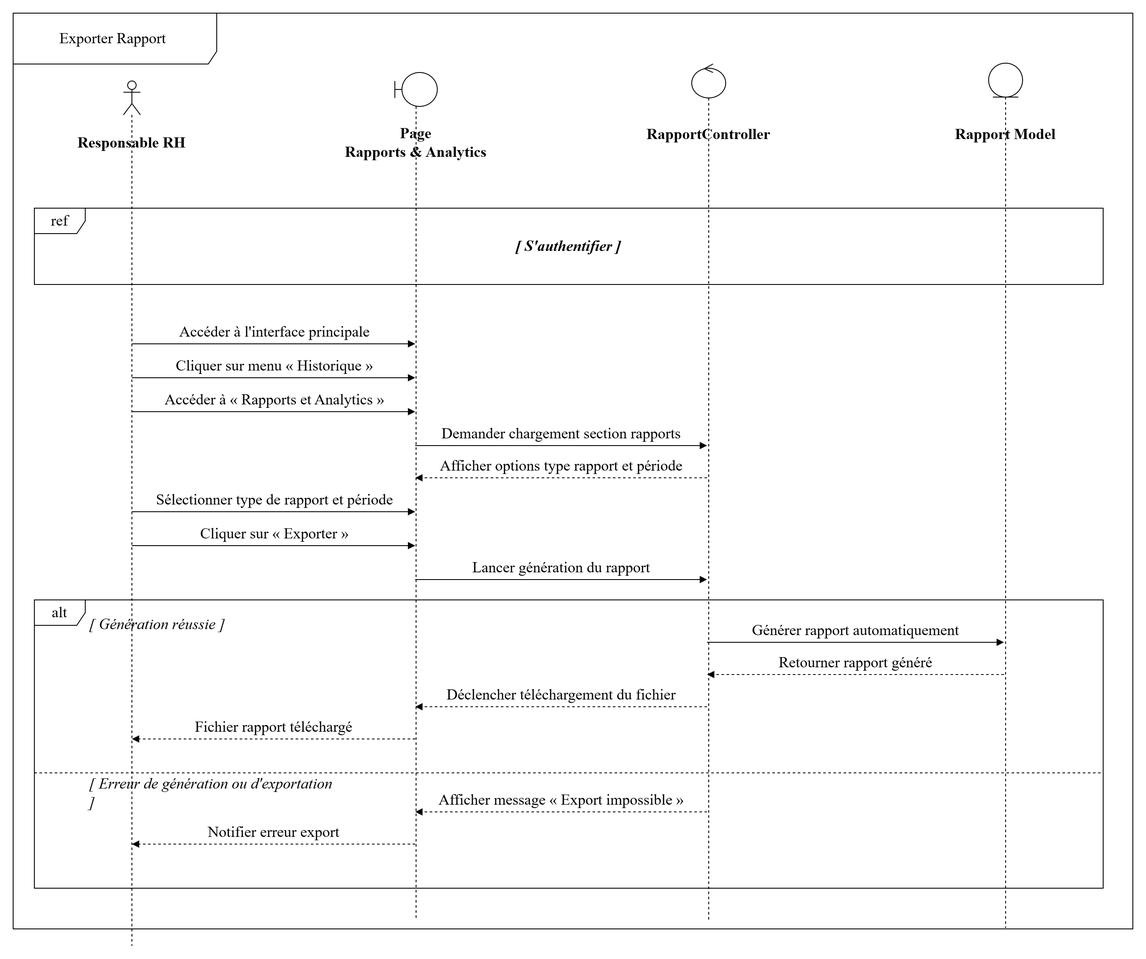
Before: projet/images/sequence s4/exporte.drawio.png, a diagram exported from draw.io (louu7895/pfe). Source tidied: cells renumbered, new cells last; positions are measured from the earlier drawing's top-left corner, leaving out a move shared by most shapes.
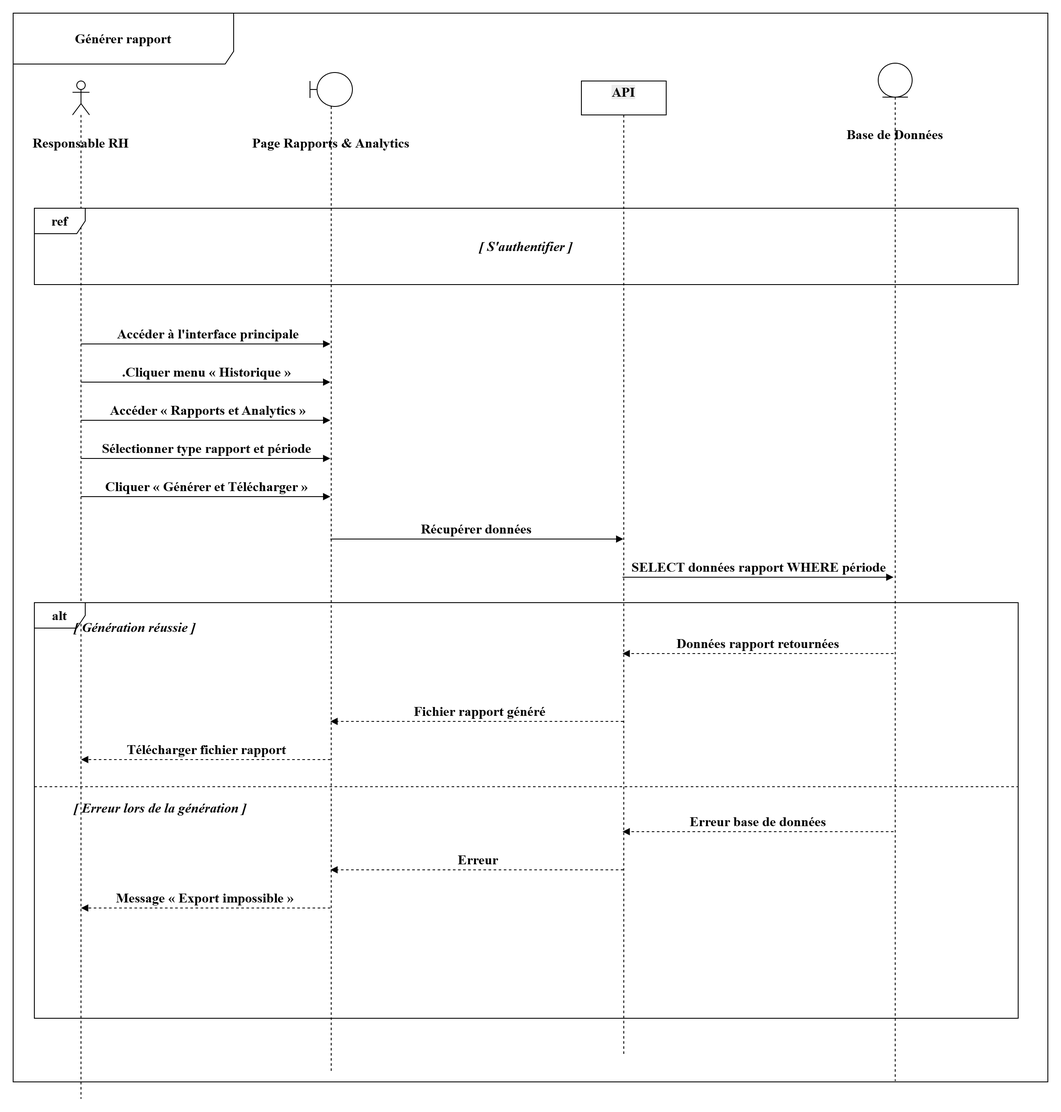
The same file after the commit.

What changed in the source:
```diff
@@ -2,134 +2,125 @@
   <root>
     <mxCell id="0" />
     <mxCell id="1" parent="0" />
-    <mxCell id="2" style="shape=umlLifeline;perimeter=lifelinePerimeter;whiteSpace=wrap;html=1;newEdgeStyle={&quot;curved&quot;:0,&quot;rounded&quot;:0};participant=umlActor;fontSize=18;fontFamily=Times New Roman;" parent="1" vertex="1">
-      <mxGeometry x="130" y="80" width="20" height="1020" as="geometry" />
+    <mxCell id="2" style="shape=umlLifeline;perimeter=lifelinePerimeter;whiteSpace=wrap;html=1;participant=umlActor;fontSize=16;fontFamily=Times New Roman;fontStyle=1;" parent="1" vertex="1">
+      <mxGeometry x="50" y="80" width="20" height="1200" as="geometry" />
     </mxCell>
-    <mxCell id="3" style="shape=umlLifeline;perimeter=lifelinePerimeter;whiteSpace=wrap;html=1;newEdgeStyle={&quot;curved&quot;:0,&quot;rounded&quot;:0};participant=umlBoundary;fontSize=18;fontFamily=Times New Roman;" parent="1" vertex="1">
-      <mxGeometry x="450" y="70" width="50" height="1000" as="geometry" />
+    <mxCell id="3" style="shape=umlLifeline;perimeter=lifelinePerimeter;whiteSpace=wrap;html=1;participant=umlBoundary;fontSize=16;fontFamily=Times New Roman;fontStyle=1;" parent="1" vertex="1">
+      <mxGeometry x="330" y="70" width="50" height="1180" as="geometry" />
     </mxCell>
-    <mxCell id="4" style="shape=umlLifeline;perimeter=lifelinePerimeter;whiteSpace=wrap;html=1;newEdgeStyle={&quot;curved&quot;:0,&quot;rounded&quot;:0};participant=umlControl;fontSize=18;fontFamily=Times New Roman;" parent="1" vertex="1">
-      <mxGeometry x="800" y="60" width="40" height="1010" as="geometry" />
-    </mxCell>
-    <mxCell id="5" style="shape=umlLifeline;perimeter=lifelinePerimeter;whiteSpace=wrap;html=1;newEdgeStyle={&quot;curved&quot;:0,&quot;rounded&quot;:0};participant=umlEntity;fontSize=18;fontFamily=Times New Roman;" parent="1" vertex="1">
-      <mxGeometry x="1150" y="59" width="40" height="1020" as="geometry" />
-    </mxCell>
+    <mxCell id="31" style="shape=umlLifeline;perimeter=lifelinePerimeter;whiteSpace=wrap;html=1;participant=umlEntity;fontSize=16;fontFamily=Times New Roman;fontStyle=1;" parent="1" vertex="1">
+      <mxGeometry x="1000" y="59" width="40" height="1200" as="geometry" />
+    </mxCell>
-    <mxCell id="6" value="Responsable RH" style="text;html=1;whiteSpace=wrap;strokeColor=none;fillColor=none;align=center;verticalAlign=middle;rounded=0;fontSize=18;fontStyle=1;fontFamily=Times New Roman;" parent="1" vertex="1">
-      <mxGeometry x="60" y="140" width="160" height="25" as="geometry" />
+    <mxCell id="6" value="Responsable RH" style="text;html=1;whiteSpace=wrap;strokeColor=none;fillColor=none;align=center;verticalAlign=middle;rounded=0;fontSize=16;fontStyle=1;fontFamily=Times New Roman;" parent="1" vertex="1">
+      <mxGeometry x="-20" y="140" width="160" height="25" as="geometry" />
     </mxCell>
-    <mxCell id="7" value="Page&lt;div&gt;Rapports &amp; Analytics&lt;/div&gt;" style="text;html=1;whiteSpace=wrap;strokeColor=none;fillColor=none;align=center;verticalAlign=middle;rounded=0;fontSize=18;fontStyle=1;fontFamily=Times New Roman;" parent="1" vertex="1">
-      <mxGeometry x="375" y="140" width="200" height="25" as="geometry" />
+    <mxCell id="7" value="Page Rapports &amp; Analytics" style="text;html=1;whiteSpace=wrap;strokeColor=none;fillColor=none;align=center;verticalAlign=middle;rounded=0;fontSize=16;fontStyle=1;fontFamily=Times New Roman;" parent="1" vertex="1">
+      <mxGeometry x="235" y="140" width="240" height="25" as="geometry" />
     </mxCell>
-    <mxCell id="8" value="RapportController" style="text;html=1;whiteSpace=wrap;strokeColor=none;fillColor=none;align=center;verticalAlign=middle;rounded=0;fontSize=18;fontStyle=1;fontFamily=Times New Roman;" parent="1" vertex="1">
-      <mxGeometry x="735" y="130" width="170" height="25" as="geometry" />
-    </mxCell>
-    <mxCell id="9" value="Rapport Model" style="text;html=1;whiteSpace=wrap;strokeColor=none;fillColor=none;align=center;verticalAlign=middle;rounded=0;fontSize=18;fontStyle=1;fontFamily=Times New Roman;" parent="1" vertex="1">
-      <mxGeometry x="1100" y="130" width="140" height="25" as="geometry" />
-    </mxCell>
+    <mxCell id="32" value="Base de Données" style="text;html=1;whiteSpace=wrap;strokeColor=none;fillColor=none;align=center;verticalAlign=middle;rounded=0;fontSize=16;fontStyle=1;fontFamily=Times New Roman;" parent="1" vertex="1">
+      <mxGeometry x="935" y="130" width="170" height="25" as="geometry" />
+    </mxCell>
-    <mxCell id="10" value="Exporter Rapport&amp;nbsp;" style="shape=umlFrame;whiteSpace=wrap;html=1;width=240;height=60;fontSize=18;fontFamily=Times New Roman;" parent="1" vertex="1">
-      <mxGeometry width="1320" height="1080" as="geometry" />
+    <mxCell id="10" value="Générer rapport" style="shape=umlFrame;whiteSpace=wrap;html=1;width=260;height=60;fontSize=16;fontFamily=Times New Roman;fontStyle=1;" parent="1" vertex="1">
+      <mxGeometry x="-20" width="1220" height="1260" as="geometry" />
     </mxCell>
-    <mxCell id="11" value="ref" style="shape=umlFrame;whiteSpace=wrap;html=1;fontSize=18;fontFamily=Times New Roman;" parent="1" vertex="1">
-      <mxGeometry x="25" y="230" width="1260" height="90" as="geometry" />
+    <mxCell id="11" value="ref" style="shape=umlFrame;whiteSpace=wrap;html=1;fontSize=16;fontFamily=Times New Roman;fontStyle=1;" parent="1" vertex="1">
+      <mxGeometry x="5" y="230" width="1160" height="90" as="geometry" />
     </mxCell>
-    <mxCell id="12" value="[ S'authentifier ]" style="text;html=1;whiteSpace=wrap;strokeColor=none;fillColor=none;align=center;verticalAlign=middle;rounded=0;fontSize=18;fontStyle=3;fontFamily=Times New Roman;" parent="1" vertex="1">
-      <mxGeometry x="555" y="260" width="200" height="30" as="geometry" />
+    <mxCell id="12" value="[ S'authentifier ]" style="text;html=1;whiteSpace=wrap;strokeColor=none;fillColor=none;align=center;verticalAlign=middle;rounded=0;fontSize=16;fontStyle=3;fontFamily=Times New Roman;" parent="1" vertex="1">
+      <mxGeometry x="485" y="260" width="200" height="30" as="geometry" />
     </mxCell>
-    <mxCell id="13" value="Accéder à l'interface principale" style="html=1;verticalAlign=bottom;endArrow=block;curved=0;rounded=0;fontSize=18;fontFamily=Times New Roman;" parent="1" edge="1">
+    <mxCell id="13" value="&amp;nbsp;Accéder à l'interface principale" style="html=1;verticalAlign=bottom;endArrow=block;curved=0;rounded=0;fontSize=16;fontFamily=Times New Roman;fontStyle=1;" parent="1" edge="1">
       <mxGeometry relative="1" as="geometry">
-        <mxPoint x="140" y="390" as="sourcePoint" />
-        <mxPoint x="474" y="390" as="targetPoint" />
+        <mxPoint x="60" y="390" as="sourcePoint" />
+        <mxPoint x="354" y="390" as="targetPoint" />
       </mxGeometry>
     </mxCell>
-    <mxCell id="14" value="Cliquer sur menu « Historique »" style="html=1;verticalAlign=bottom;endArrow=block;curved=0;rounded=0;fontSize=18;fontFamily=Times New Roman;" parent="1" edge="1">
+    <mxCell id="14" value=".Cliquer menu « Historique »" style="html=1;verticalAlign=bottom;endArrow=block;curved=0;rounded=0;fontSize=16;fontFamily=Times New Roman;fontStyle=1;" parent="1" edge="1">
       <mxGeometry relative="1" as="geometry">
-        <mxPoint x="140" y="430" as="sourcePoint" />
-        <mxPoint x="474" y="430" as="targetPoint" />
+        <mxPoint x="60" y="435" as="sourcePoint" />
+        <mxPoint x="354" y="435" as="targetPoint" />
       </mxGeometry>
     </mxCell>
-    <mxCell id="15" value="Accéder à « Rapports et Analytics »" style="html=1;verticalAlign=bottom;endArrow=block;curved=0;rounded=0;fontSize=18;fontFamily=Times New Roman;" parent="1" edge="1">
+    <mxCell id="15" value="&amp;nbsp;Accéder « Rapports et Analytics »" style="html=1;verticalAlign=bottom;endArrow=block;curved=0;rounded=0;fontSize=16;fontFamily=Times New Roman;fontStyle=1;" parent="1" edge="1">
       <mxGeometry relative="1" as="geometry">
-        <mxPoint x="140" y="470" as="sourcePoint" />
-        <mxPoint x="474" y="470" as="targetPoint" />
+        <mxPoint x="60" y="480" as="sourcePoint" />
+        <mxPoint x="354" y="480" as="targetPoint" />
       </mxGeometry>
     </mxCell>
-    <mxCell id="16" value="Demander chargement section rapports" style="html=1;verticalAlign=bottom;endArrow=block;curved=0;rounded=0;fontSize=18;fontFamily=Times New Roman;" parent="1" edge="1">
+    <mxCell id="16" value="Sélectionner type rapport et période" style="html=1;verticalAlign=bottom;endArrow=block;curved=0;rounded=0;fontSize=16;fontFamily=Times New Roman;fontStyle=1;" parent="1" edge="1">
       <mxGeometry relative="1" as="geometry">
-        <mxPoint x="474" y="510" as="sourcePoint" />
-        <mxPoint x="818" y="510" as="targetPoint" />
+        <mxPoint x="60" y="525" as="sourcePoint" />
+        <mxPoint x="354" y="525" as="targetPoint" />
       </mxGeometry>
     </mxCell>
-    <mxCell id="17" value="Afficher options type rapport et période" style="html=1;verticalAlign=bottom;endArrow=block;curved=1;rounded=0;dashed=1;fontSize=18;fontFamily=Times New Roman;" parent="1" edge="1">
+    <mxCell id="17" value="Cliquer « Générer et Télécharger »" style="html=1;verticalAlign=bottom;endArrow=block;curved=0;rounded=0;fontSize=16;fontFamily=Times New Roman;fontStyle=1;" parent="1" edge="1">
       <mxGeometry relative="1" as="geometry">
-        <mxPoint x="818" y="548" as="sourcePoint" />
-        <mxPoint x="474" y="548" as="targetPoint" />
+        <mxPoint x="60" y="570" as="sourcePoint" />
+        <mxPoint x="354" y="570" as="targetPoint" />
       </mxGeometry>
     </mxCell>
-    <mxCell id="18" value="Sélectionner type de rapport et période" style="html=1;verticalAlign=bottom;endArrow=block;curved=0;rounded=0;fontSize=18;fontFamily=Times New Roman;" parent="1" edge="1">
+    <mxCell id="18" value="Récupérer données" style="html=1;verticalAlign=bottom;endArrow=block;curved=0;rounded=0;fontSize=16;fontFamily=Times New Roman;fontStyle=1;" parent="1" edge="1">
       <mxGeometry relative="1" as="geometry">
-        <mxPoint x="140" y="588" as="sourcePoint" />
-        <mxPoint x="474" y="588" as="targetPoint" />
+        <mxPoint x="354" y="620" as="sourcePoint" />
+        <mxPoint x="699.5" y="620" as="targetPoint" />
       </mxGeometry>
     </mxCell>
-    <mxCell id="19" value="Cliquer sur « Exporter »" style="html=1;verticalAlign=bottom;endArrow=block;curved=0;rounded=0;fontSize=18;fontFamily=Times New Roman;" parent="1" edge="1">
+    <mxCell id="19" value="SELECT données rapport WHERE période" style="html=1;verticalAlign=bottom;endArrow=block;curved=0;rounded=0;fontSize=16;fontFamily=Times New Roman;fontStyle=1;" parent="1" edge="1">
       <mxGeometry relative="1" as="geometry">
-        <mxPoint x="140" y="628" as="sourcePoint" />
-        <mxPoint x="474" y="628" as="targetPoint" />
+        <mxPoint x="698.5" y="665" as="sourcePoint" />
+        <mxPoint x="1018" y="665" as="targetPoint" />
       </mxGeometry>
     </mxCell>
-    <mxCell id="20" value="Lancer génération du rapport" style="html=1;verticalAlign=bottom;endArrow=block;curved=0;rounded=0;fontSize=18;fontFamily=Times New Roman;" parent="1" edge="1">
-      <mxGeometry relative="1" as="geometry">
-        <mxPoint x="474" y="668" as="sourcePoint" />
-        <mxPoint x="818" y="668" as="targetPoint" />
-      </mxGeometry>
-    </mxCell>
-    <mxCell id="21" value="alt" style="shape=umlFrame;whiteSpace=wrap;html=1;fontSize=18;fontFamily=Times New Roman;" parent="1" vertex="1">
-      <mxGeometry x="25" y="692" width="1260" height="340" as="geometry" />
+    <mxCell id="21" value="alt" style="shape=umlFrame;whiteSpace=wrap;html=1;fontSize=16;fontFamily=Times New Roman;fontStyle=1;" parent="1" vertex="1">
+      <mxGeometry x="5" y="695" width="1160" height="490" as="geometry" />
     </mxCell>
-    <mxCell id="22" value="[ Génération réussie ]" style="text;html=1;whiteSpace=wrap;strokeColor=none;fillColor=none;align=left;verticalAlign=middle;rounded=0;fontSize=18;fontStyle=2;fontFamily=Times New Roman;" parent="1" vertex="1">
-      <mxGeometry x="88" y="708" width="210" height="25" as="geometry" />
+    <mxCell id="22" value="[ Génération réussie ]" style="text;html=1;whiteSpace=wrap;strokeColor=none;fillColor=none;align=left;verticalAlign=middle;rounded=0;fontSize=16;fontStyle=3;fontFamily=Times New Roman;" parent="1" vertex="1">
+      <mxGeometry x="50" y="711" width="240" height="25" as="geometry" />
     </mxCell>
-    <mxCell id="23" value="Générer rapport automatiquement" style="html=1;verticalAlign=bottom;endArrow=block;curved=0;rounded=0;fontSize=18;fontFamily=Times New Roman;" parent="1" edge="1">
-      <mxGeometry relative="1" as="geometry">
-        <mxPoint x="818" y="742" as="sourcePoint" />
-        <mxPoint x="1168" y="742" as="targetPoint" />
-      </mxGeometry>
-    </mxCell>
+    <mxCell id="20" value="Données rapport retournées" style="html=1;verticalAlign=bottom;endArrow=block;curved=1;rounded=0;dashed=1;fontSize=16;fontFamily=Times New Roman;fontStyle=1;" parent="1" edge="1">
+      <mxGeometry relative="1" as="geometry">
+        <mxPoint x="1018" y="755" as="sourcePoint" />
+        <mxPoint x="698.5" y="755" as="targetPoint" />
+      </mxGeometry>
+    </mxCell>
-    <mxCell id="24" value="Retourner rapport généré" style="html=1;verticalAlign=bottom;endArrow=block;curved=1;rounded=0;dashed=1;fontSize=18;fontFamily=Times New Roman;" parent="1" edge="1">
+    <mxCell id="24" value="&amp;nbsp;Fichier rapport généré" style="html=1;verticalAlign=bottom;endArrow=block;curved=1;rounded=0;dashed=1;fontSize=16;fontFamily=Times New Roman;fontStyle=1;" parent="1" edge="1">
       <mxGeometry relative="1" as="geometry">
-        <mxPoint x="1168" y="780" as="sourcePoint" />
-        <mxPoint x="818" y="780" as="targetPoint" />
+        <mxPoint x="699.5" y="835" as="sourcePoint" />
+        <mxPoint x="354" y="835" as="targetPoint" />
       </mxGeometry>
     </mxCell>
-    <mxCell id="25" value="Déclencher téléchargement du fichier" style="html=1;verticalAlign=bottom;endArrow=block;curved=1;rounded=0;dashed=1;fontSize=18;fontFamily=Times New Roman;" parent="1" edge="1">
+    <mxCell id="25" value="&amp;nbsp;Télécharger fichier rapport" style="html=1;verticalAlign=bottom;endArrow=block;curved=1;rounded=0;dashed=1;fontSize=16;fontFamily=Times New Roman;fontStyle=1;" parent="1" edge="1">
       <mxGeometry relative="1" as="geometry">
-        <mxPoint x="818" y="818" as="sourcePoint" />
-        <mxPoint x="474" y="818" as="targetPoint" />
+        <mxPoint x="354" y="880" as="sourcePoint" />
+        <mxPoint x="60" y="880" as="targetPoint" />
       </mxGeometry>
     </mxCell>
+    <mxCell id="27" style="line;strokeWidth=1;fillColor=none;dashed=1;fontSize=16;fontFamily=Times New Roman;" parent="1" vertex="1">
+      <mxGeometry x="5" y="908" width="1160" height="8" as="geometry" />
+    </mxCell>
+    <mxCell id="33" value="[ Erreur lors de la génération ]" style="text;html=1;whiteSpace=wrap;strokeColor=none;fillColor=none;align=left;verticalAlign=middle;rounded=0;fontSize=16;fontStyle=3;fontFamily=Times New Roman;" parent="1" vertex="1">
+      <mxGeometry x="50" y="924" width="280" height="25" as="geometry" />
+    </mxCell>
-    <mxCell id="26" value="Fichier rapport téléchargé" style="html=1;verticalAlign=bottom;endArrow=block;curved=1;rounded=0;dashed=1;fontSize=18;fontFamily=Times New Roman;" parent="1" edge="1">
+    <mxCell id="26" value="Erreur base de données" style="html=1;verticalAlign=bottom;endArrow=block;curved=1;rounded=0;dashed=1;fontSize=16;fontFamily=Times New Roman;fontStyle=1;" parent="1" edge="1">
       <mxGeometry relative="1" as="geometry">
-        <mxPoint x="474" y="856" as="sourcePoint" />
-        <mxPoint x="140" y="856" as="targetPoint" />
+        <mxPoint x="1018" y="965" as="sourcePoint" />
+        <mxPoint x="698.5" y="965" as="targetPoint" />
       </mxGeometry>
     </mxCell>
-    <mxCell id="27" style="line;strokeWidth=1;fillColor=none;align=left;verticalAlign=middle;spacingTop=-1;spacingLeft=3;spacingRight=3;labelPosition=right;strokeColor=inherit;dashed=1;fontSize=18;fontFamily=Times New Roman;" parent="1" vertex="1">
-      <mxGeometry x="25" y="892" width="1260" height="8" as="geometry" />
-    </mxCell>
-    <mxCell id="28" value="[ Erreur de génération ou d'exportation ]" style="text;html=1;whiteSpace=wrap;strokeColor=none;fillColor=none;align=left;verticalAlign=middle;rounded=0;fontSize=18;fontStyle=2;fontFamily=Times New Roman;" parent="1" vertex="1">
-      <mxGeometry x="88" y="907" width="300" height="25" as="geometry" />
-    </mxCell>
-    <mxCell id="29" value="Afficher message « Export impossible »" style="html=1;verticalAlign=bottom;endArrow=block;curved=1;rounded=0;dashed=1;fontSize=18;fontFamily=Times New Roman;" parent="1" edge="1">
+    <mxCell id="29" value="Erreur" style="html=1;verticalAlign=bottom;endArrow=block;curved=1;rounded=0;dashed=1;fontSize=16;fontFamily=Times New Roman;fontStyle=1;" parent="1" edge="1">
       <mxGeometry relative="1" as="geometry">
-        <mxPoint x="818" y="942" as="sourcePoint" />
-        <mxPoint x="474" y="942" as="targetPoint" />
+        <mxPoint x="699.5" y="1010" as="sourcePoint" />
+        <mxPoint x="354" y="1010" as="targetPoint" />
       </mxGeometry>
     </mxCell>
-    <mxCell id="30" value="Notifier erreur export" style="html=1;verticalAlign=bottom;endArrow=block;curved=1;rounded=0;dashed=1;fontSize=18;fontFamily=Times New Roman;" parent="1" edge="1">
+    <mxCell id="30" value="Message « Export impossible »" style="html=1;verticalAlign=bottom;endArrow=block;curved=1;rounded=0;dashed=1;fontSize=16;fontFamily=Times New Roman;fontStyle=1;" parent="1" edge="1">
       <mxGeometry relative="1" as="geometry">
-        <mxPoint x="474" y="980" as="sourcePoint" />
-        <mxPoint x="140" y="980" as="targetPoint" />
+        <mxPoint x="354" y="1055" as="sourcePoint" />
+        <mxPoint x="60" y="1055" as="targetPoint" />
       </mxGeometry>
     </mxCell>
+    <mxCell id="34" value="&#10;&lt;span style=&quot;color: rgb(0, 0, 0); font-family: &amp;quot;Times New Roman&amp;quot;; font-size: 16px; font-style: normal; font-variant-ligatures: normal; font-variant-caps: normal; font-weight: 700; letter-spacing: normal; orphans: 2; text-align: center; text-indent: 0px; text-transform: none; widows: 2; word-spacing: 0px; -webkit-text-stroke-width: 0px; white-space: normal; background-color: rgb(236, 236, 236); text-decoration-thickness: initial; text-decoration-style: initial; text-decoration-color: initial; display: inline !important; float: none;&quot;&gt;API&lt;/span&gt;&#10;&#10;" style="shape=umlLifeline;perimeter=lifelinePerimeter;whiteSpace=wrap;html=1;newEdgeStyle={&quot;curved&quot;:0,&quot;rounded&quot;:0};" parent="1" vertex="1">
+      <mxGeometry x="650" y="80" width="100" height="1150" as="geometry" />
+    </mxCell>
   </root>
 </mxGraphModel>
```
